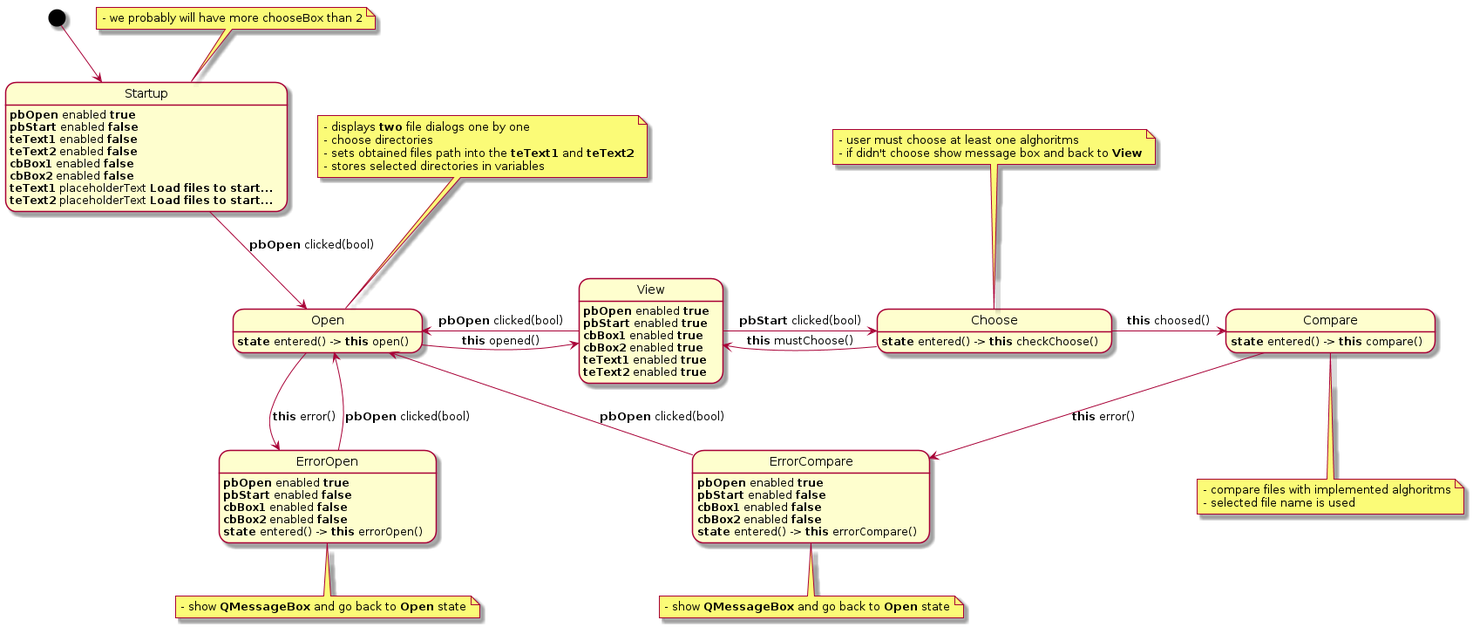
Above: Projekt/uml/interface.png in MichalBernacki/Plagiarism_detection_app (PlantUML), before the change.
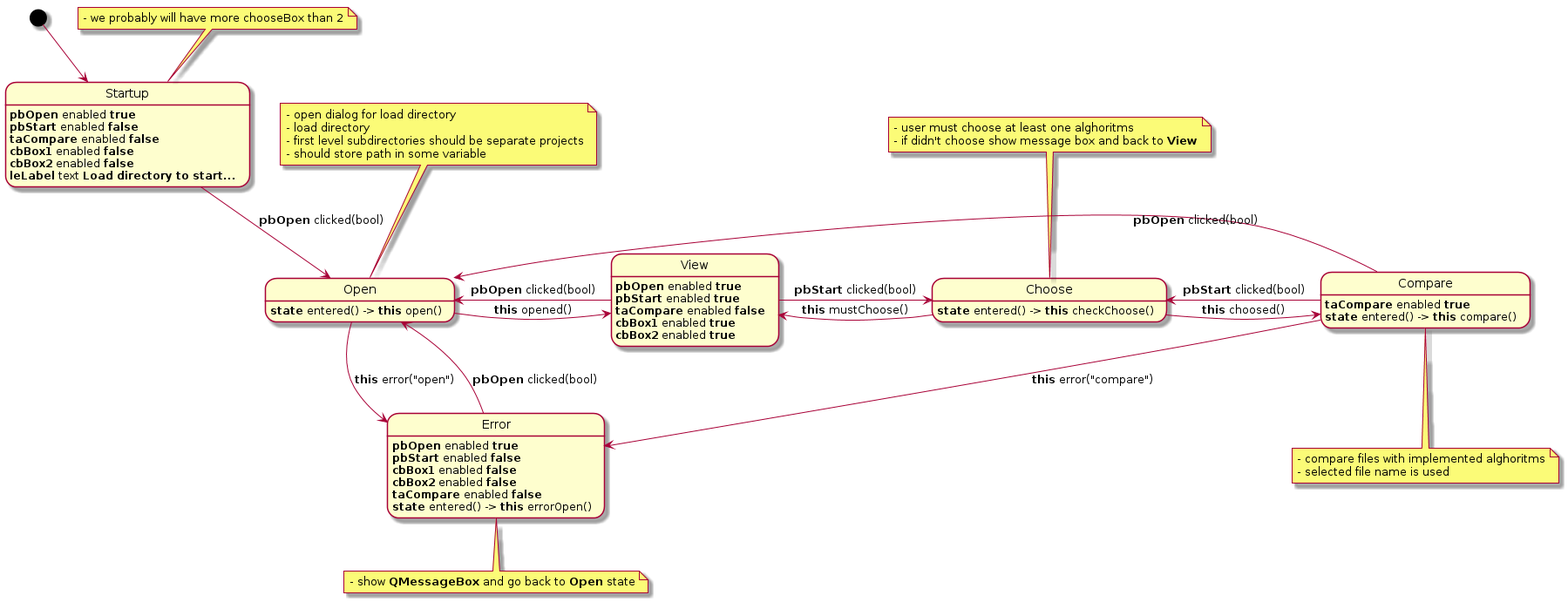
After the change.

Commit message:
Changes in uml for new interface

What changed in the source:
```diff
@@ -3,25 +3,26 @@
 
     [*] -down-> Startup
     Startup -down-> Open : <b>pbOpen</b> clicked(bool)
-    ErrorOpen -up-> Open : <b>pbOpen</b> clicked(bool)
+    Error -up-> Open : <b>pbOpen</b> clicked(bool)
     Open -right-> View : <b>this</b> opened()
-    Open -down-> ErrorOpen : <b>this</b> error()
+    Open -down-> Error : <b>this</b> error("open")
     View -left-> Open : <b>pbOpen</b> clicked(bool)
     View -right-> Choose : <b>pbStart</b> clicked(bool)
+    Compare -left-> Choose : <b>pbStart</b> clicked(bool)
+    Compare -left-> Open : <b>pbOpen</b> clicked(bool)
     Choose -left-> View : <b>this</b> mustChoose()
     Choose -right-> Compare : <b>this</b> choosed()
-    Compare -down-> ErrorCompare : <b>this</b> error()
-    ErrorCompare -up-> Open: <b>pbOpen</b> clicked(bool)
+    Compare -down-> Error : <b>this</b> error("compare")
 
     note top of Startup
     - we probably will have more chooseBox than 2
     end note
 
     note top of Open
-    - displays <b>two</b> file dialogs one by one
-    - choose directories
-    - sets obtained files path into the <b>teText1</b> and <b>teText2</b>
-    - stores selected directories in variables
+    - open dialog for load directory
+    - load directory
+    - first level subdirectories should be separate projects
+    - should store path in some variable
     end note
 
     note top of Choose
@@ -34,47 +35,37 @@
     - selected file name is used
     end note
 
-    note bottom of ErrorOpen
+    note bottom of Error
     - show <b>QMessageBox</b> and go back to <b>Open</b> state
     end note
 
-    note bottom of ErrorCompare
-    - show <b>QMessageBox</b> and go back to <b>Open</b> state
-    end note
 
     Startup: <b>pbOpen</b> enabled <b>true</b>
     Startup: <b>pbStart</b> enabled <b>false</b>
-    Startup: <b>teText1</b> enabled <b>false</b>
-    Startup: <b>teText2</b> enabled <b>false</b>
+    Startup: <b>taCompare</b> enabled <b>false</b>
     Startup: <b>cbBox1</b> enabled <b>false</b>
     Startup: <b>cbBox2</b> enabled <b>false</b>
-    Startup: <b>teText1</b> placeholderText <b>Load files to start...</b>
-    Startup: <b>teText2</b> placeholderText <b>Load files to start...</b>
+    Startup: <b>leLabel</b> text <b>Load directory to start...</b>
+
 
     Open: <b>state</b> entered() -> <b>this</b> open()
 
-    View: <b>pbOpen</b> enabled <b>true</b>
+	View: <b>pbOpen</b> enabled <b>true</b>
     View: <b>pbStart</b> enabled <b>true</b>
+    View: <b>taCompare</b> enabled <b>false</b>
     View: <b>cbBox1</b> enabled <b>true</b>
     View: <b>cbBox2</b> enabled <b>true</b>
-    View: <b>teText1</b> enabled <b>true</b>
-    View: <b>teText2</b> enabled <b>true</b>
 
 
+    Compare: <b>taCompare</b> enabled <b>true</b>
     Compare: <b>state</b> entered() -> <b>this</b> compare()
 
     Choose: <b>state</b> entered() -> <b>this</b> checkChoose()
 
-    ErrorOpen: <b>pbOpen</b> enabled <b>true</b>
-    ErrorOpen: <b>pbStart</b> enabled <b>false</b>
-    ErrorOpen: <b>cbBox1</b> enabled <b>false</b>
-    ErrorOpen: <b>cbBox2</b> enabled <b>false</b>
-    ErrorOpen: <b>state</b> entered() -> <b>this</b> errorOpen()
-
-
-    ErrorCompare: <b>pbOpen</b> enabled <b>true</b>
-    ErrorCompare: <b>pbStart</b> enabled <b>false</b>
-    ErrorCompare: <b>cbBox1</b> enabled <b>false</b>
-    ErrorCompare: <b>cbBox2</b> enabled <b>false</b>
-    ErrorCompare: <b>state</b> entered() -> <b>this</b> errorCompare()
+    Error: <b>pbOpen</b> enabled <b>true</b>
+    Error: <b>pbStart</b> enabled <b>false</b>
+    Error: <b>cbBox1</b> enabled <b>false</b>
+    Error: <b>cbBox2</b> enabled <b>false</b>
+    Error: <b>taCompare</b> enabled <b>false</b>
+    Error: <b>state</b> entered() -> <b>this</b> errorOpen()
 @enduml
```
